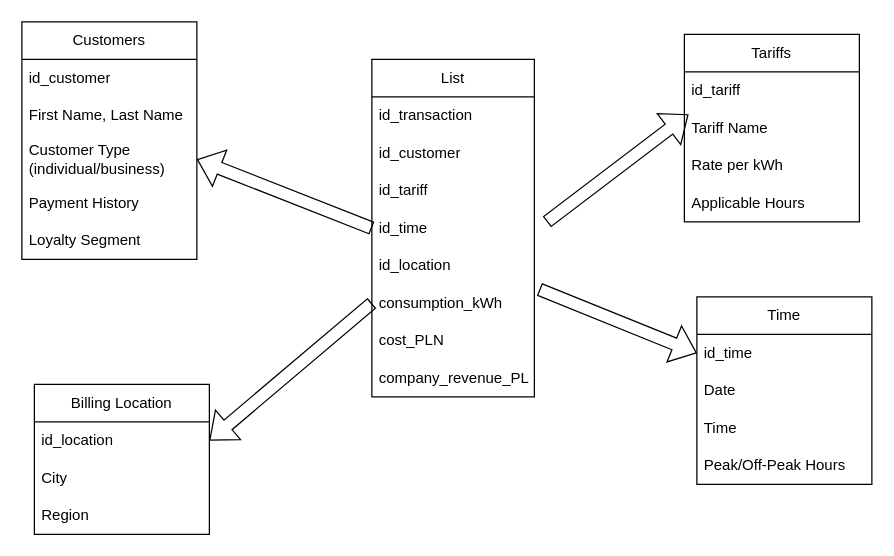
This is Untitled Diagram.drawio from astacus777/Model-Koncepcyjny---Schemat-Gwiazdy-Star-Schema-, a draw.io file, before an edit. Source tidied: cells renumbered, new cells numbered last; positions are measured from the earlier drawing's top-left corner, leaving out a move shared by most shapes. Both pictures are drawn from the tidied source at 125%, with x=0, y=0 at pixel (21, 21).
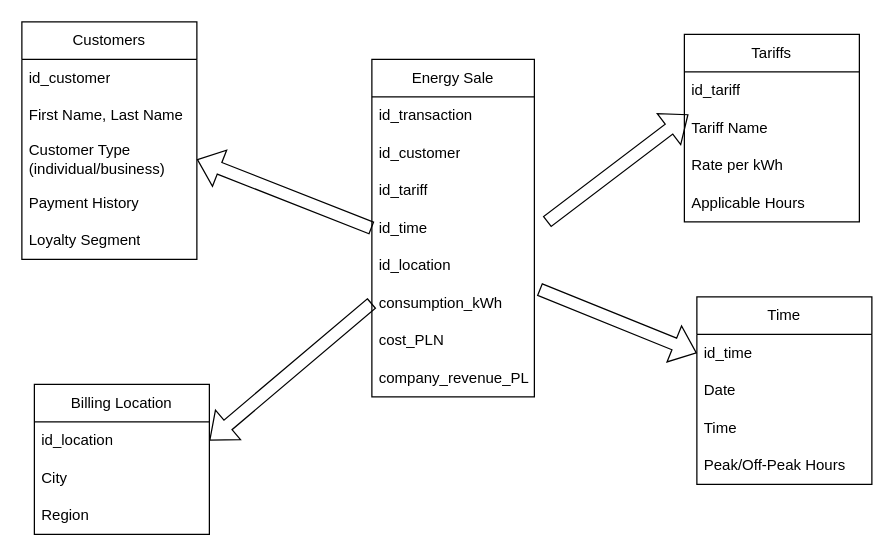
After the change.

Diff of the diagram source:
```diff
@@
-    <mxCell id="2" value="List" style="swimlane;fontStyle=0;horizontal=1;startSize=30;whiteSpace=wrap;html=1;" parent="1" vertex="1">
+    <mxCell id="2" value="Energy Sale" style="swimlane;fontStyle=0;horizontal=1;startSize=30;whiteSpace=wrap;html=1;" parent="1" vertex="1">
       <mxGeometry x="280" y="30" width="130" height="270" as="geometry" />
     </mxCell>
```
